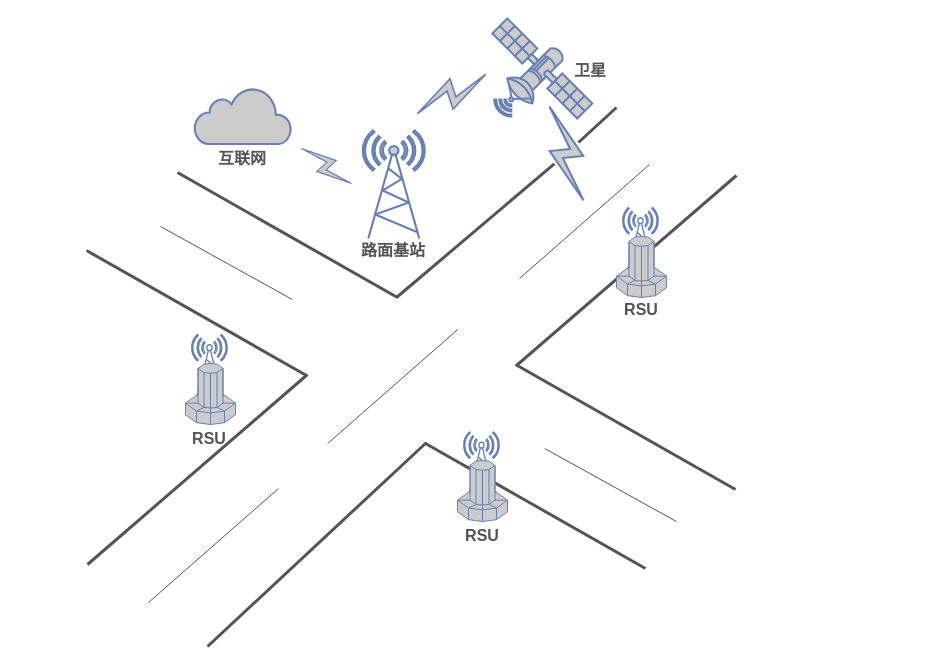
The draw.io diagram cluster/vanet-sys.drawio in trevorHsu/draftChart, before the edit. Source tidied: cells renumbered, new cells numbered last; positions are measured from the earlier drawing's top-left corner, leaving out a move shared by most shapes. Both pictures are drawn from the tidied source at 100%, with x=0, y=0 at pixel (86, 18).
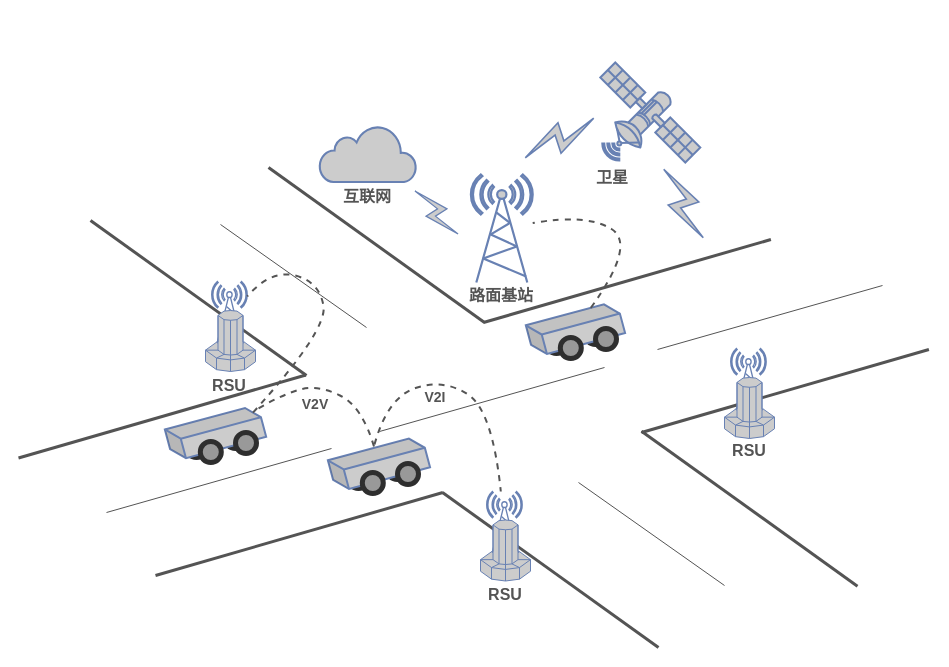
Above is the later version.

Change to the diagram source:
```diff
@@
-    <mxCell id="2" style="endArrow=none;html=1;rounded=0;strokeWidth=3;strokeColor=#545454;" parent="1" edge="1">
-      <mxGeometry relative="1" as="geometry">
-        <mxPoint x="559" y="550" as="sourcePoint" />
-        <mxPoint x="339" y="425" as="targetPoint" />
-      </mxGeometry>
-    </mxCell>
+    <mxCell id="34" style="ellipse;whiteSpace=wrap;html=1;fillStyle=auto;strokeColor=#2E2E2E;strokeWidth=5;fontSize=16;fontColor=#545454;fillColor=#999999;gradientColor=none;" parent="1" vertex="1">
+      <mxGeometry x="138.5" y="409" width="21" height="21" as="geometry" />
+    </mxCell>
+    <mxCell id="35" style="ellipse;whiteSpace=wrap;html=1;fillStyle=auto;strokeColor=#2E2E2E;strokeWidth=5;fontSize=16;fontColor=#545454;fillColor=#999999;gradientColor=none;" parent="1" vertex="1">
+      <mxGeometry x="99.5" y="418" width="21" height="21" as="geometry" />
+    </mxCell>
     <mxCell id="3" style="fontColor=#0066CC;verticalAlign=top;verticalLabelPosition=bottom;labelPosition=center;align=center;html=1;fillColor=#CCCCCC;strokeColor=#6881B3;gradientColor=none;gradientDirection=north;strokeWidth=2;shape=mxgraph.networks.satellite;rotation=0;" parent="1" vertex="1">
-      <mxGeometry x="405.8" width="100" height="100" as="geometry" />
+      <mxGeometry x="513.8" y="44" width="100" height="100" as="geometry" />
     </mxCell>
     <mxCell id="4" style="fontColor=#0066CC;verticalAlign=top;verticalLabelPosition=bottom;labelPosition=center;align=center;html=1;outlineConnect=0;fillColor=#CCCCCC;strokeColor=#6881B3;gradientColor=none;gradientDirection=north;strokeWidth=2;shape=mxgraph.networks.radio_tower;" parent="1" vertex="1">
-      <mxGeometry x="276.4" y="112" width="61.8" height="108" as="geometry" />
+      <mxGeometry x="384.4" y="156" width="61.8" height="108" as="geometry" />
     </mxCell>
     <mxCell id="5" style="html=1;fillColor=#CCCCCC;strokeColor=#6881B3;gradientColor=none;gradientDirection=north;strokeWidth=2;shape=mxgraph.networks.cloud;fontColor=#ffffff;" parent="1" vertex="1">
-      <mxGeometry x="108" y="69" width="96.9" height="56.5" as="geometry" />
+      <mxGeometry x="233" y="107" width="96.9" height="56.5" as="geometry" />
     </mxCell>
     <mxCell id="6" style="fontColor=#0066CC;verticalAlign=top;verticalLabelPosition=bottom;labelPosition=center;align=center;html=1;outlineConnect=0;fillColor=default;strokeColor=#6881B3;gradientColor=none;gradientDirection=north;strokeWidth=2;shape=mxgraph.networks.radio_tower;fillStyle=auto;" parent="1" vertex="1">
-      <mxGeometry x="377.2" y="413.5" width="35.5" height="71" as="geometry" />
+      <mxGeometry x="400.2" y="473" width="35.5" height="71" as="geometry" />
     </mxCell>
-    <mxCell id="7" style="fontColor=#0066CC;verticalAlign=top;verticalLabelPosition=bottom;labelPosition=center;align=center;html=1;fillColor=#CCCCCC;strokeColor=#6881B3;gradientColor=none;gradientDirection=north;strokeWidth=2;shape=mxgraph.networks.supercomputer;fillStyle=auto;" parent="1" vertex="1">
-      <mxGeometry x="371" y="442" width="50" height="61" as="geometry" />
-    </mxCell>
-    <mxCell id="8" style="endArrow=none;html=1;rounded=0;strokeWidth=3;strokeColor=#545454;startArrow=none;" parent="1" edge="1" source="33">
-      <mxGeometry relative="1" as="geometry">
-        <mxPoint x="530" y="89" as="targetPoint" />
-      </mxGeometry>
-    </mxCell>
-    <mxCell id="9" style="endArrow=none;html=1;rounded=0;strokeWidth=3;strokeColor=#545454;" parent="1" edge="1">
-      <mxGeometry relative="1" as="geometry">
-        <mxPoint x="311" y="279" as="sourcePoint" />
-        <mxPoint x="91" y="154" as="targetPoint" />
-      </mxGeometry>
-    </mxCell>
     <mxCell id="10" style="endArrow=none;html=1;rounded=0;strokeWidth=3;strokeColor=#545454;" parent="1" edge="1">
       <mxGeometry relative="1" as="geometry">
         <mxPoint x="220" y="357" as="sourcePoint" />
-        <mxPoint y="232" as="targetPoint" />
+        <mxPoint x="4" y="202" as="targetPoint" />
       </mxGeometry>
     </mxCell>
     <mxCell id="11" style="endArrow=none;html=1;rounded=0;strokeWidth=3;strokeColor=#545454;" parent="1" edge="1">
       <mxGeometry relative="1" as="geometry">
-        <mxPoint x="1" y="546" as="sourcePoint" />
-        <mxPoint x="221" y="356" as="targetPoint" />
+        <mxPoint x="-68" y="439.5" as="sourcePoint" />
+        <mxPoint x="219.4" y="356.5" as="targetPoint" />
       </mxGeometry>
     </mxCell>
-    <mxCell id="12" style="endArrow=none;html=1;rounded=0;strokeWidth=3;strokeColor=#545454;" parent="1" edge="1">
-      <mxGeometry relative="1" as="geometry">
-        <mxPoint x="430" y="347" as="sourcePoint" />
-        <mxPoint x="650" y="157" as="targetPoint" />
-      </mxGeometry>
-    </mxCell>
-    <mxCell id="13" style="endArrow=none;html=1;rounded=0;strokeWidth=3;strokeColor=#545454;" parent="1" edge="1">
-      <mxGeometry relative="1" as="geometry">
-        <mxPoint x="649" y="471" as="sourcePoint" />
-        <mxPoint x="429" y="346" as="targetPoint" />
-      </mxGeometry>
-    </mxCell>
-    <mxCell id="14" style="endArrow=none;html=1;rounded=0;strokeWidth=3;strokeColor=#545454;" parent="1" edge="1">
-      <mxGeometry relative="1" as="geometry">
-        <mxPoint x="121" y="628" as="sourcePoint" />
-        <mxPoint x="340" y="424" as="targetPoint" />
-      </mxGeometry>
-    </mxCell>
-    <mxCell id="15" style="fontColor=#0066CC;verticalAlign=top;verticalLabelPosition=bottom;labelPosition=center;align=center;html=1;outlineConnect=0;fillColor=default;strokeColor=#6881B3;gradientColor=none;gradientDirection=north;strokeWidth=2;shape=mxgraph.networks.radio_tower;fillStyle=auto;" parent="1" vertex="1">
-      <mxGeometry x="105.2" y="316" width="35.5" height="71" as="geometry" />
-    </mxCell>
-    <mxCell id="16" style="fontColor=#0066CC;verticalAlign=top;verticalLabelPosition=bottom;labelPosition=center;align=center;html=1;fillColor=#CCCCCC;strokeColor=#6881B3;gradientColor=none;gradientDirection=north;strokeWidth=2;shape=mxgraph.networks.supercomputer;fillStyle=auto;" parent="1" vertex="1">
-      <mxGeometry x="99" y="345" width="50" height="61" as="geometry" />
-    </mxCell>
     <mxCell id="17" style="fontColor=#0066CC;verticalAlign=top;verticalLabelPosition=bottom;labelPosition=center;align=center;html=1;fillColor=default;strokeColor=#6881B3;gradientColor=none;gradientDirection=north;strokeWidth=2;shape=mxgraph.networks.radio_tower;fillStyle=auto;" parent="1" vertex="1">
-      <mxGeometry x="536.2" y="189" width="35.5" height="71" as="geometry" />
+      <mxGeometry x="644.2" y="330" width="35.5" height="71" as="geometry" />
     </mxCell>
-    <mxCell id="18" style="fontColor=#0066CC;verticalAlign=top;verticalLabelPosition=bottom;labelPosition=center;align=center;html=1;fillColor=#CCCCCC;strokeColor=#6881B3;gradientColor=none;gradientDirection=north;strokeWidth=2;shape=mxgraph.networks.supercomputer;fillStyle=auto;" parent="1" vertex="1">
-      <mxGeometry x="530" y="218" width="50" height="61" as="geometry" />
-    </mxCell>
     <mxCell id="19" style="fontColor=#0066CC;verticalAlign=top;verticalLabelPosition=bottom;labelPosition=center;align=center;html=1;fillColor=#CCCCCC;strokeColor=#6881B3;gradientColor=none;gradientDirection=north;strokeWidth=2;shape=mxgraph.networks.comm_link;fillStyle=auto;rotation=60;" parent="1" vertex="1">
-      <mxGeometry x="351" y="36" width="28" height="79" as="geometry" />
+      <mxGeometry x="459" y="80" width="28" height="79" as="geometry" />
     </mxCell>
-    <mxCell id="20" style="fontColor=#0066CC;verticalAlign=top;verticalLabelPosition=bottom;labelPosition=center;align=center;html=1;fillColor=#CCCCCC;strokeColor=#6881B3;gradientColor=none;gradientDirection=north;strokeWidth=2;shape=mxgraph.networks.comm_link;fillStyle=auto;rotation=-55;" parent="1" vertex="1">
-      <mxGeometry x="230" y="117" width="20" height="61" as="geometry" />
+    <mxCell id="20" style="fontColor=#0066CC;verticalAlign=top;verticalLabelPosition=bottom;labelPosition=center;align=center;html=1;fillColor=#CCCCCC;strokeColor=#6881B3;gradientColor=none;gradientDirection=north;strokeWidth=2;shape=mxgraph.networks.comm_link;fillStyle=auto;rotation=-45;" parent="1" vertex="1">
+      <mxGeometry x="340" y="163.5" width="20" height="61" as="geometry" />
     </mxCell>
     <mxCell id="21" value="互联网" style="text;strokeColor=none;align=center;fillColor=none;html=1;verticalAlign=middle;whiteSpace=wrap;rounded=0;fontStyle=1;fontSize=16;fontColor=#545454;" parent="1" vertex="1">
-      <mxGeometry x="121.4" y="119.5" width="70" height="40" as="geometry" />
+      <mxGeometry x="246.4" y="157.5" width="70" height="40" as="geometry" />
     </mxCell>
     <mxCell id="22" value="路面基站" style="text;strokeColor=none;align=center;fillColor=none;html=1;verticalAlign=middle;whiteSpace=wrap;rounded=0;fontStyle=1;fontSize=16;fontColor=#545454;" parent="1" vertex="1">
-      <mxGeometry x="272.3" y="212" width="70" height="40" as="geometry" />
+      <mxGeometry x="380.3" y="257" width="70" height="40" as="geometry" />
     </mxCell>
     <mxCell id="23" value="卫星" style="text;strokeColor=none;align=center;fillColor=none;html=1;verticalAlign=middle;whiteSpace=wrap;rounded=0;fontStyle=1;fontSize=16;fontColor=#545454;" parent="1" vertex="1">
-      <mxGeometry x="468.8" y="32" width="70" height="40" as="geometry" />
+      <mxGeometry x="491" y="139" width="70" height="40" as="geometry" />
     </mxCell>
     <mxCell id="24" value="RSU" style="text;strokeColor=none;align=center;fillColor=none;html=1;verticalAlign=middle;whiteSpace=wrap;rounded=0;fontStyle=1;fontSize=16;fontColor=#545454;" parent="1" vertex="1">
-      <mxGeometry x="520" y="271" width="70" height="40" as="geometry" />
+      <mxGeometry x="628" y="412" width="70" height="40" as="geometry" />
     </mxCell>
     <mxCell id="25" value="RSU" style="text;strokeColor=none;align=center;fillColor=none;html=1;verticalAlign=middle;whiteSpace=wrap;rounded=0;fontStyle=1;fontSize=16;fontColor=#545454;" parent="1" vertex="1">
-      <mxGeometry x="88" y="399.5" width="70" height="40" as="geometry" />
+      <mxGeometry x="108" y="346.5" width="70" height="40" as="geometry" />
     </mxCell>
     <mxCell id="26" value="RSU" style="text;strokeColor=none;align=center;fillColor=none;html=1;verticalAlign=middle;whiteSpace=wrap;rounded=0;fontStyle=1;fontSize=16;fontColor=#545454;" parent="1" vertex="1">
-      <mxGeometry x="361" y="496.5" width="70" height="40" as="geometry" />
+      <mxGeometry x="384" y="556" width="70" height="40" as="geometry" />
     </mxCell>
-    <mxCell id="27" style="endArrow=none;html=1;rounded=0;strokeColor=#545454;" parent="1" edge="1">
-      <mxGeometry relative="1" as="geometry">
-        <mxPoint x="62" y="584" as="sourcePoint" />
-        <mxPoint x="192" y="470" as="targetPoint" />
-      </mxGeometry>
-    </mxCell>
-    <mxCell id="28" style="endArrow=none;html=1;rounded=0;strokeColor=#545454;" parent="1" edge="1">
-      <mxGeometry relative="1" as="geometry">
-        <mxPoint x="241.2" y="425" as="sourcePoint" />
-        <mxPoint x="371.2" y="311" as="targetPoint" />
-      </mxGeometry>
-    </mxCell>
-    <mxCell id="29" style="endArrow=none;html=1;rounded=0;strokeColor=#545454;" parent="1" edge="1">
-      <mxGeometry relative="1" as="geometry">
-        <mxPoint x="433" y="260" as="sourcePoint" />
-        <mxPoint x="563" y="146" as="targetPoint" />
-      </mxGeometry>
-    </mxCell>
-    <mxCell id="30" style="endArrow=none;html=1;rounded=0;strokeColor=#545454;" parent="1" edge="1">
-      <mxGeometry relative="1" as="geometry">
-        <mxPoint x="205.8" y="281" as="sourcePoint" />
-        <mxPoint x="74" y="208" as="targetPoint" />
-      </mxGeometry>
-    </mxCell>
-    <mxCell id="31" style="endArrow=none;html=1;rounded=0;strokeColor=#545454;" parent="1" edge="1">
-      <mxGeometry relative="1" as="geometry">
-        <mxPoint x="590" y="503" as="sourcePoint" />
-        <mxPoint x="458.2" y="430" as="targetPoint" />
-      </mxGeometry>
-    </mxCell>
-    <mxCell id="32" style="endArrow=none;html=1;rounded=0;strokeWidth=3;strokeColor=#545454;" parent="1" edge="1" target="33">
-      <mxGeometry relative="1" as="geometry">
-        <mxPoint x="310" y="279" as="sourcePoint" />
-      </mxGeometry>
-    </mxCell>
-    <mxCell id="33" style="fontColor=#0066CC;verticalAlign=top;verticalLabelPosition=bottom;labelPosition=center;align=center;html=1;outlineConnect=0;fillColor=#CCCCCC;strokeColor=#6881B3;gradientColor=none;gradientDirection=north;strokeWidth=2;shape=mxgraph.networks.comm_link;fillStyle=auto;rotation=-20;" parent="1" vertex="1">
-      <mxGeometry x="465" y="85" width="30" height="100" as="geometry" />
-    </mxCell>
+    <mxCell id="36" style="shape=cube;whiteSpace=wrap;html=1;boundedLbl=1;backgroundOutline=1;darkOpacity=0.05;darkOpacity2=0.1;fillStyle=auto;strokeColor=#6881B3;strokeWidth=2;fontSize=16;fontColor=#545454;fillColor=#CCCCCC;gradientColor=none;rotation=-15;size=13;" parent="1" vertex="1">
+      <mxGeometry x="81" y="398" width="96" height="33.2" as="geometry" />
+    </mxCell>
+    <mxCell id="37" style="ellipse;whiteSpace=wrap;html=1;fillStyle=auto;strokeColor=#2E2E2E;strokeWidth=5;fontSize=16;fontColor=#545454;fillColor=#999999;gradientColor=none;" parent="1" vertex="1">
+      <mxGeometry x="113.8" y="423" width="21" height="21" as="geometry" />
+    </mxCell>
+    <mxCell id="38" style="ellipse;whiteSpace=wrap;html=1;fillStyle=auto;strokeColor=#2E2E2E;strokeWidth=5;fontSize=16;fontColor=#545454;fillColor=#999999;gradientColor=none;" parent="1" vertex="1">
+      <mxGeometry x="149" y="414" width="21" height="21" as="geometry" />
+    </mxCell>
+    <mxCell id="39" style="endArrow=none;html=1;rounded=0;strokeWidth=3;strokeColor=#545454;" parent="1" edge="1">
+      <mxGeometry relative="1" as="geometry">
+        <mxPoint x="69" y="557" as="sourcePoint" />
+        <mxPoint x="356.4" y="474" as="targetPoint" />
+      </mxGeometry>
+    </mxCell>
+    <mxCell id="40" style="endArrow=none;html=1;rounded=0;strokeWidth=3;strokeColor=#545454;" parent="1" edge="1">
+      <mxGeometry relative="1" as="geometry">
+        <mxPoint x="398" y="304" as="sourcePoint" />
+        <mxPoint x="182" y="149" as="targetPoint" />
+      </mxGeometry>
+    </mxCell>
+    <mxCell id="41" style="endArrow=none;html=1;rounded=0;strokeWidth=3;strokeColor=#545454;" parent="1" edge="1">
+      <mxGeometry relative="1" as="geometry">
+        <mxPoint x="572" y="629" as="sourcePoint" />
+        <mxPoint x="356" y="474" as="targetPoint" />
+      </mxGeometry>
+    </mxCell>
+    <mxCell id="42" style="endArrow=none;html=1;rounded=0;strokeWidth=3;strokeColor=#545454;" parent="1" edge="1">
+      <mxGeometry relative="1" as="geometry">
+        <mxPoint x="397" y="304" as="sourcePoint" />
+        <mxPoint x="684.4" y="221" as="targetPoint" />
+      </mxGeometry>
+    </mxCell>
+    <mxCell id="43" style="endArrow=none;html=1;rounded=0;strokeWidth=3;strokeColor=#545454;" parent="1" edge="1">
+      <mxGeometry relative="1" as="geometry">
+        <mxPoint x="771" y="567.7" as="sourcePoint" />
+        <mxPoint x="555" y="412.7" as="targetPoint" />
+      </mxGeometry>
+    </mxCell>
+    <mxCell id="44" style="endArrow=none;html=1;rounded=0;strokeWidth=3;strokeColor=#545454;" parent="1" edge="1">
+      <mxGeometry relative="1" as="geometry">
+        <mxPoint x="555" y="414" as="sourcePoint" />
+        <mxPoint x="842.4" y="331" as="targetPoint" />
+      </mxGeometry>
+    </mxCell>
+    <mxCell id="45" style="endArrow=none;html=1;rounded=0;strokeWidth=1;strokeColor=#545454;" parent="1" edge="1">
+      <mxGeometry relative="1" as="geometry">
+        <mxPoint x="280" y="309" as="sourcePoint" />
+        <mxPoint x="134" y="206" as="targetPoint" />
+      </mxGeometry>
+    </mxCell>
+    <mxCell id="46" style="endArrow=none;html=1;rounded=0;strokeWidth=1;strokeColor=#545454;" parent="1" edge="1">
+      <mxGeometry relative="1" as="geometry">
+        <mxPoint x="638" y="567" as="sourcePoint" />
+        <mxPoint x="492" y="464" as="targetPoint" />
+      </mxGeometry>
+    </mxCell>
+    <mxCell id="47" style="endArrow=none;html=1;rounded=0;strokeWidth=1;strokeColor=#545454;" parent="1" edge="1">
+      <mxGeometry relative="1" as="geometry">
+        <mxPoint x="20" y="494" as="sourcePoint" />
+        <mxPoint x="245" y="430" as="targetPoint" />
+      </mxGeometry>
+    </mxCell>
+    <mxCell id="48" style="endArrow=none;html=1;rounded=0;strokeWidth=1;strokeColor=#545454;" parent="1" edge="1">
+      <mxGeometry relative="1" as="geometry">
+        <mxPoint x="293" y="413" as="sourcePoint" />
+        <mxPoint x="518" y="349" as="targetPoint" />
+      </mxGeometry>
+    </mxCell>
+    <mxCell id="49" style="endArrow=none;html=1;rounded=0;strokeWidth=1;strokeColor=#545454;" parent="1" edge="1">
+      <mxGeometry relative="1" as="geometry">
+        <mxPoint x="571" y="331" as="sourcePoint" />
+        <mxPoint x="796" y="267" as="targetPoint" />
+      </mxGeometry>
+    </mxCell>
+    <mxCell id="7" style="fontColor=#0066CC;verticalAlign=top;verticalLabelPosition=bottom;labelPosition=center;align=center;html=1;fillColor=#CCCCCC;strokeColor=#6881B3;gradientColor=none;gradientDirection=north;strokeWidth=2;shape=mxgraph.networks.supercomputer;fillStyle=auto;" parent="1" vertex="1">
+      <mxGeometry x="394" y="501.5" width="50" height="61" as="geometry" />
+    </mxCell>
+    <mxCell id="15" style="fontColor=#0066CC;verticalAlign=top;verticalLabelPosition=bottom;labelPosition=center;align=center;html=1;outlineConnect=0;fillColor=default;strokeColor=#6881B3;gradientColor=none;gradientDirection=north;strokeWidth=2;shape=mxgraph.networks.radio_tower;fillStyle=auto;" parent="1" vertex="1">
+      <mxGeometry x="125.2" y="263" width="35.5" height="71" as="geometry" />
+    </mxCell>
+    <mxCell id="16" style="fontColor=#0066CC;verticalAlign=top;verticalLabelPosition=bottom;labelPosition=center;align=center;html=1;fillColor=#CCCCCC;strokeColor=#6881B3;gradientColor=none;gradientDirection=north;strokeWidth=2;shape=mxgraph.networks.supercomputer;fillStyle=auto;" parent="1" vertex="1">
+      <mxGeometry x="119" y="292" width="50" height="61" as="geometry" />
+    </mxCell>
+    <mxCell id="18" style="fontColor=#0066CC;verticalAlign=top;verticalLabelPosition=bottom;labelPosition=center;align=center;html=1;fillColor=#CCCCCC;strokeColor=#6881B3;gradientColor=none;gradientDirection=north;strokeWidth=2;shape=mxgraph.networks.supercomputer;fillStyle=auto;" parent="1" vertex="1">
+      <mxGeometry x="638" y="359" width="50" height="61" as="geometry" />
+    </mxCell>
+    <mxCell id="50" style="fontColor=#0066CC;verticalAlign=top;verticalLabelPosition=bottom;labelPosition=center;align=center;html=1;fillColor=#CCCCCC;strokeColor=#6881B3;gradientColor=none;gradientDirection=north;strokeWidth=2;shape=mxgraph.networks.comm_link;fillStyle=auto;rotation=-210;" parent="1" vertex="1">
+      <mxGeometry x="583" y="145.5" width="28" height="79" as="geometry" />
+    </mxCell>
+    <mxCell id="51" style="ellipse;whiteSpace=wrap;html=1;fillStyle=auto;strokeColor=#2E2E2E;strokeWidth=5;fontSize=16;fontColor=#545454;fillColor=#999999;gradientColor=none;" parent="1" vertex="1">
+      <mxGeometry x="300.5" y="440" width="21" height="21" as="geometry" />
+    </mxCell>
+    <mxCell id="52" style="ellipse;whiteSpace=wrap;html=1;fillStyle=auto;strokeColor=#2E2E2E;strokeWidth=5;fontSize=16;fontColor=#545454;fillColor=#999999;gradientColor=none;" parent="1" vertex="1">
+      <mxGeometry x="261.5" y="449" width="21" height="21" as="geometry" />
+    </mxCell>
+    <mxCell id="53" style="shape=cube;whiteSpace=wrap;html=1;boundedLbl=1;backgroundOutline=1;darkOpacity=0.05;darkOpacity2=0.1;fillStyle=auto;strokeColor=#6881B3;strokeWidth=2;fontSize=16;fontColor=#545454;fillColor=#CCCCCC;gradientColor=none;rotation=-15;size=13;" parent="1" vertex="1">
+      <mxGeometry x="244" y="428.7" width="96.9" height="33.2" as="geometry" />
+    </mxCell>
+    <mxCell id="54" style="ellipse;whiteSpace=wrap;html=1;fillStyle=auto;strokeColor=#2E2E2E;strokeWidth=5;fontSize=16;fontColor=#545454;fillColor=#999999;gradientColor=none;" parent="1" vertex="1">
+      <mxGeometry x="275.8" y="454" width="21" height="21" as="geometry" />
+    </mxCell>
+    <mxCell id="55" style="ellipse;whiteSpace=wrap;html=1;fillStyle=auto;strokeColor=#2E2E2E;strokeWidth=5;fontSize=16;fontColor=#545454;fillColor=#999999;gradientColor=none;" parent="1" vertex="1">
+      <mxGeometry x="311" y="445" width="21" height="21" as="geometry" />
+    </mxCell>
+    <mxCell id="56" style="ellipse;whiteSpace=wrap;html=1;fillStyle=auto;strokeColor=#2E2E2E;strokeWidth=5;fontSize=16;fontColor=#545454;fillColor=#999999;gradientColor=none;" parent="1" vertex="1">
+      <mxGeometry x="498.5" y="305" width="21" height="21" as="geometry" />
+    </mxCell>
+    <mxCell id="57" style="ellipse;whiteSpace=wrap;html=1;fillStyle=auto;strokeColor=#2E2E2E;strokeWidth=5;fontSize=16;fontColor=#545454;fillColor=#999999;gradientColor=none;" parent="1" vertex="1">
+      <mxGeometry x="459.5" y="314" width="21" height="21" as="geometry" />
+    </mxCell>
+    <mxCell id="58" style="shape=cube;whiteSpace=wrap;html=1;boundedLbl=1;backgroundOutline=1;darkOpacity=0.05;darkOpacity2=0.1;fillStyle=auto;strokeColor=#6881B3;strokeWidth=2;fontSize=16;fontColor=#545454;fillColor=#CCCCCC;gradientColor=none;rotation=-15;size=13;" parent="1" vertex="1">
+      <mxGeometry x="442" y="294.1" width="93.9" height="33.2" as="geometry" />
+    </mxCell>
+    <mxCell id="59" style="ellipse;whiteSpace=wrap;html=1;fillStyle=auto;strokeColor=#2E2E2E;strokeWidth=5;fontSize=16;fontColor=#545454;fillColor=#999999;gradientColor=none;" parent="1" vertex="1">
+      <mxGeometry x="473.8" y="319" width="21" height="21" as="geometry" />
+    </mxCell>
+    <mxCell id="60" style="ellipse;whiteSpace=wrap;html=1;fillStyle=auto;strokeColor=#2E2E2E;strokeWidth=5;fontSize=16;fontColor=#545454;fillColor=#999999;gradientColor=none;" parent="1" vertex="1">
+      <mxGeometry x="509" y="310" width="21" height="21" as="geometry" />
+    </mxCell>
+    <mxCell id="61" style="curved=1;endArrow=none;html=1;rounded=0;strokeColor=#545454;strokeWidth=2;fontSize=16;fontColor=#545454;endFill=0;dashed=1;" parent="1" edge="1" source="36" target="53">
+      <mxGeometry relative="1" as="geometry">
+        <Array as="points">
+          <mxPoint x="196" y="376" />
+          <mxPoint x="231" y="366" />
+          <mxPoint x="276" y="388" />
+        </Array>
+      </mxGeometry>
+    </mxCell>
+    <mxCell id="62" style="curved=1;endArrow=none;html=1;rounded=0;dashed=1;strokeColor=#545454;strokeWidth=2;fontSize=16;fontColor=#545454;endFill=0;" parent="1" edge="1" target="6">
+      <mxGeometry relative="1" as="geometry">
+        <mxPoint x="288" y="426" as="sourcePoint" />
+        <Array as="points">
+          <mxPoint x="301" y="379" />
+          <mxPoint x="357" y="360" />
+          <mxPoint x="406" y="392" />
+        </Array>
+      </mxGeometry>
+    </mxCell>
+    <mxCell id="63" style="curved=1;endArrow=none;html=1;rounded=0;dashed=1;strokeColor=#545454;strokeWidth=2;fontSize=16;fontColor=#545454;endFill=0;" parent="1" edge="1" source="58" target="4">
+      <mxGeometry relative="1" as="geometry">
+        <Array as="points">
+          <mxPoint x="550" y="226" />
+          <mxPoint x="500" y="195" />
+        </Array>
+      </mxGeometry>
+    </mxCell>
+    <mxCell id="64" style="curved=1;endArrow=none;html=1;rounded=0;dashed=1;strokeColor=#545454;strokeWidth=2;fontSize=16;fontColor=#545454;exitX=0;exitY=0;exitDx=89.46;exitDy=6.5;exitPerimeter=0;endFill=0;" parent="1" edge="1" source="36" target="15">
+      <mxGeometry relative="1" as="geometry">
+        <Array as="points">
+          <mxPoint x="241" y="312" />
+          <mxPoint x="233" y="263" />
+          <mxPoint x="184" y="251" />
+        </Array>
+      </mxGeometry>
+    </mxCell>
+    <mxCell id="65" value="V2V" style="text;strokeColor=none;align=center;fillColor=none;html=1;verticalAlign=middle;whiteSpace=wrap;rounded=0;fontStyle=1;fontSize=14;fontColor=#545454;" parent="1" vertex="1">
+      <mxGeometry x="194" y="366" width="70" height="40" as="geometry" />
+    </mxCell>
+    <mxCell id="66" value="V2I" style="text;strokeColor=none;align=center;fillColor=none;html=1;verticalAlign=middle;whiteSpace=wrap;rounded=0;fontStyle=1;fontSize=14;fontColor=#545454;" parent="1" vertex="1">
+      <mxGeometry x="314" y="359" width="70" height="40" as="geometry" />
+    </mxCell>
```
